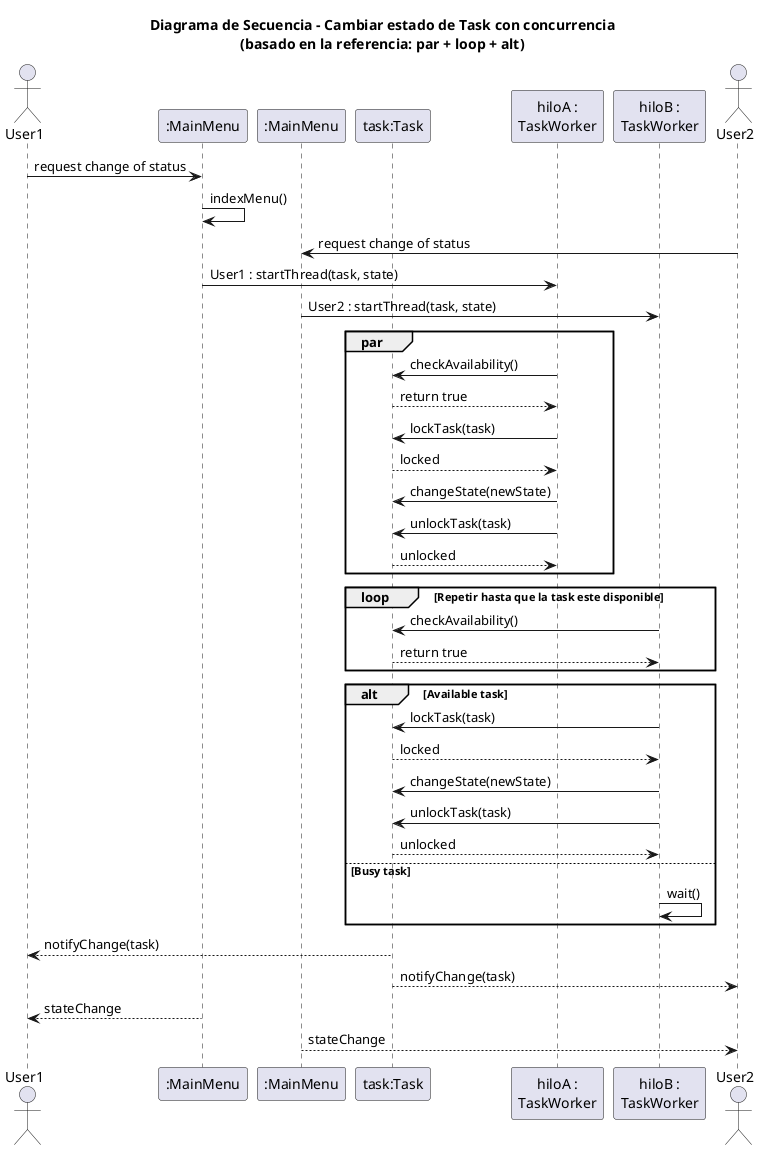
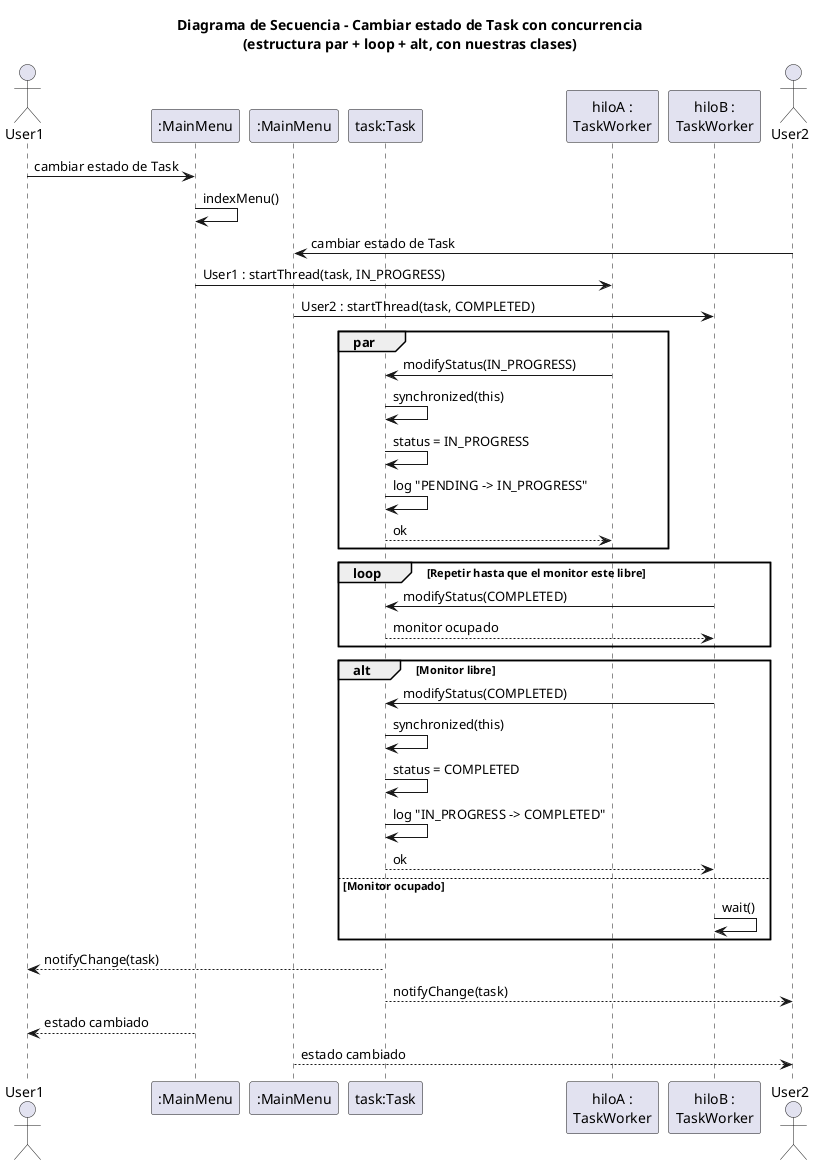
@startuml SecuenciaCambiarEstado
- title Diagrama de Secuencia - Cambiar estado de Task con concurrencia\n(basado en la referencia: par + loop + alt)
+ title Diagrama de Secuencia - Cambiar estado de Task con concurrencia\n(estructura par + loop + alt, con nuestras clases)

actor User1
participant ":MainMenu" as menu1
participant ":MainMenu" as menu2
participant "task:Task" as task
participant "hiloA :\nTaskWorker" as hiloA
participant "hiloB :\nTaskWorker" as hiloB
actor User2

- User1 -> menu1 : request change of status
+ User1 -> menu1 : cambiar estado de Task
menu1 -> menu1 : indexMenu()

- User2 -> menu2 : request change of status
+ User2 -> menu2 : cambiar estado de Task

- menu1 -> hiloA : User1 : startThread(task, state)
- menu2 -> hiloB : User2 : startThread(task, state)
+ menu1 -> hiloA : User1 : startThread(task, IN_PROGRESS)
+ menu2 -> hiloB : User2 : startThread(task, COMPLETED)

par
-   hiloA -> task : checkAvailability()
-   task --> hiloA : return true
-   hiloA -> task : lockTask(task)
-   task --> hiloA : locked
-   hiloA -> task : changeState(newState)
-   hiloA -> task : unlockTask(task)
-   task --> hiloA : unlocked
+   hiloA -> task : modifyStatus(IN_PROGRESS)
+   task -> task : synchronized(this)
+   task -> task : status = IN_PROGRESS
+   task -> task : log "PENDING -> IN_PROGRESS"
+   task --> hiloA : ok
end

- loop Repetir hasta que la task este disponible
-   hiloB -> task : checkAvailability()
-   task --> hiloB : return true
+ loop Repetir hasta que el monitor este libre
+   hiloB -> task : modifyStatus(COMPLETED)
+   task --> hiloB : monitor ocupado
end

- alt Available task
-   hiloB -> task : lockTask(task)
-   task --> hiloB : locked
-   hiloB -> task : changeState(newState)
-   hiloB -> task : unlockTask(task)
-   task --> hiloB : unlocked
- else Busy task
+ alt Monitor libre
+   hiloB -> task : modifyStatus(COMPLETED)
+   task -> task : synchronized(this)
+   task -> task : status = COMPLETED
+   task -> task : log "IN_PROGRESS -> COMPLETED"
+   task --> hiloB : ok
+ else Monitor ocupado
  hiloB -> hiloB : wait()
end

task --> User1 : notifyChange(task)
task --> User2 : notifyChange(task)

- menu1 --> User1 : stateChange
- menu2 --> User2 : stateChange
+ menu1 --> User1 : estado cambiado
+ menu2 --> User2 : estado cambiado

@enduml
